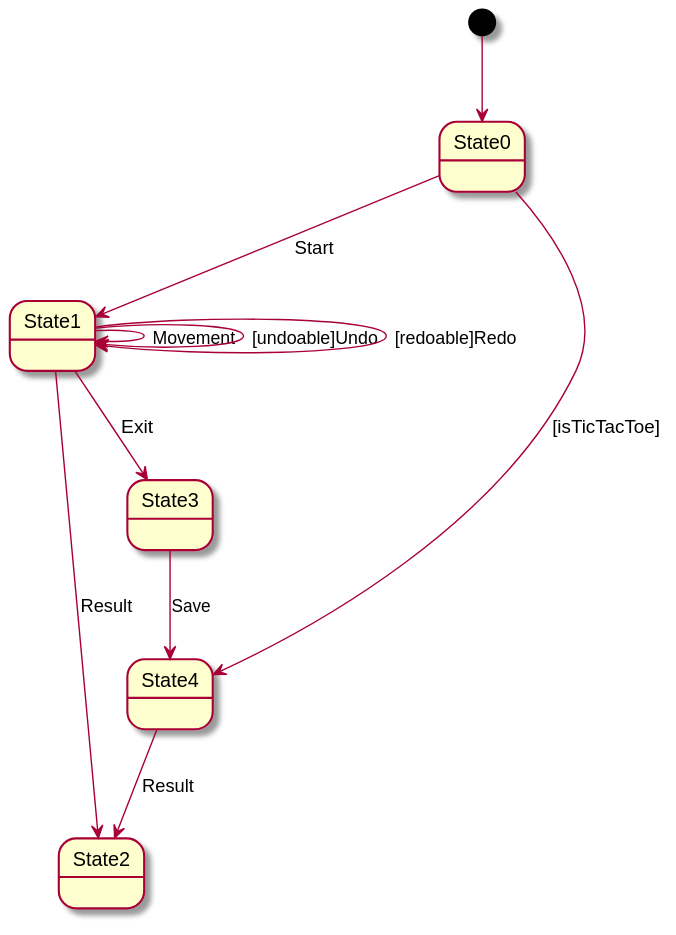
Above: build/docs/asciidoc/images/diagramaContexto.svg in x-USantaTecla-game-ticTacToe/requirements (PlantUML), before the change.
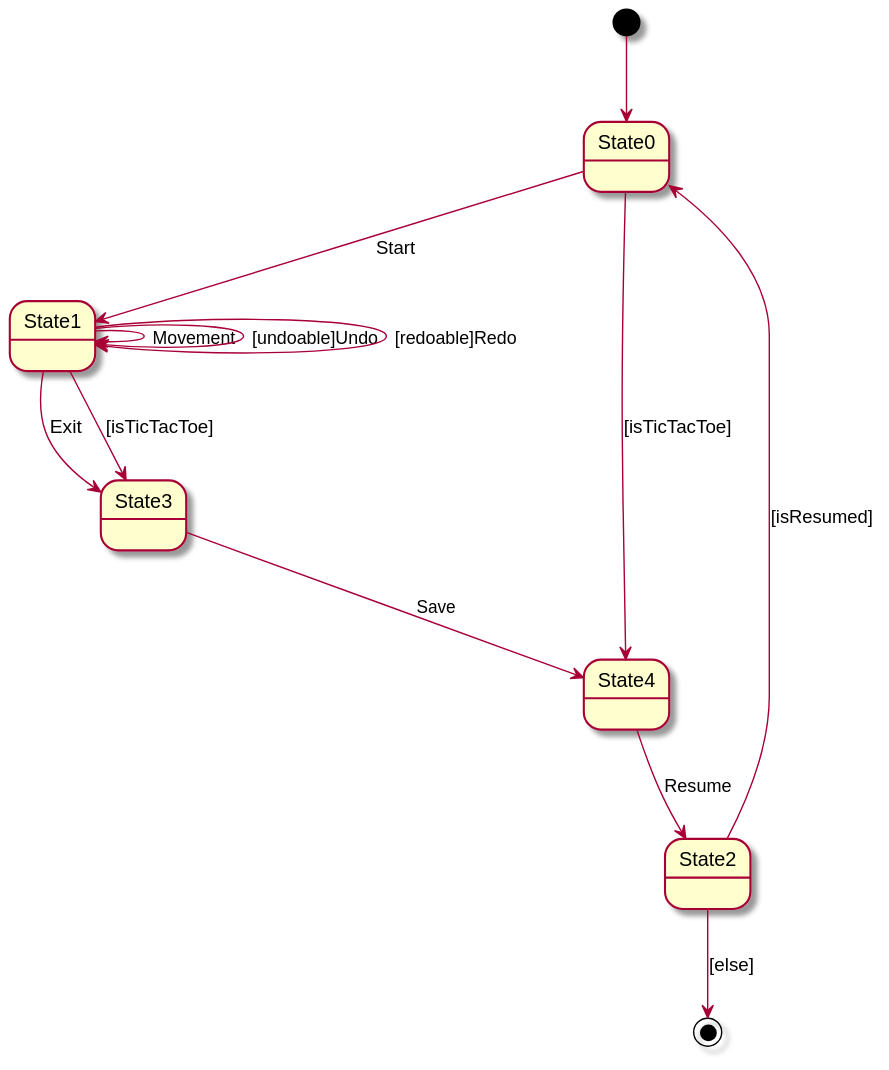
After the change.

Commit message:
Add Resume state

Change to the diagram source:
```diff
@@ -7,7 +7,9 @@
 State1 --> State1 : [redoable]Redo
 State1 --> State3 : Exit
 State3 --> State4 : Save
+State1 --> State3 : [isTicTacToe]
 State0 --> State4 : [isTicTacToe]
-State1 --> State2 : Result
-State4 --> State2 : Result
+State2 --> State0 : [isResumed]
+State4 --> State2 : Resume
+State2 --> [*] : [else]
 @enduml
```
